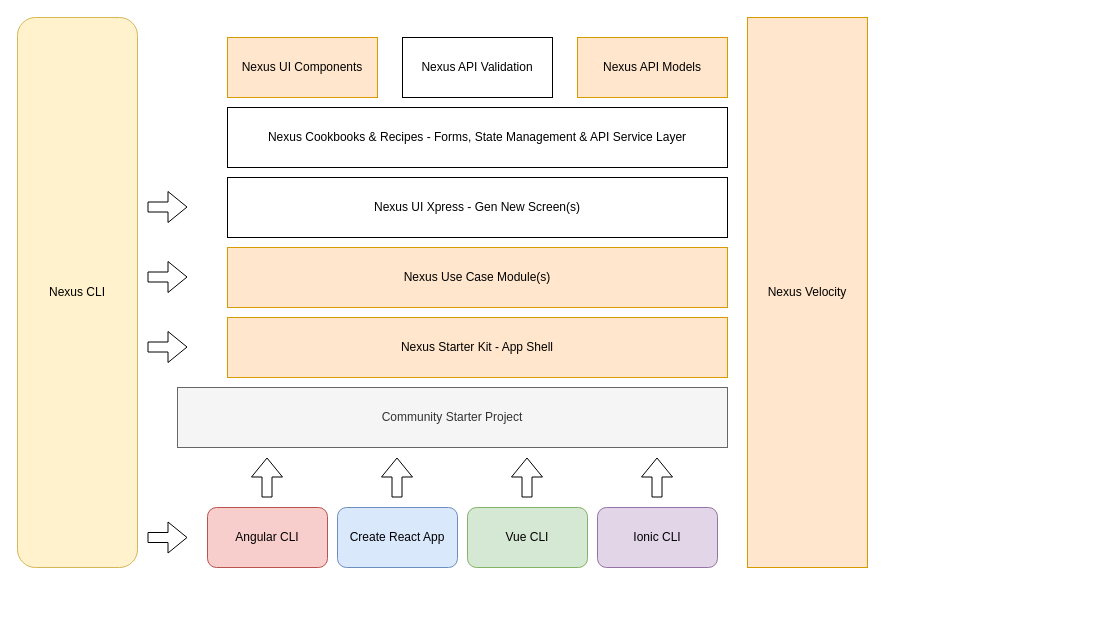
This is Nexus CLI map.drawio from hikumealan/draw-io-diagrams, a draw.io file, before an edit. Source tidied: cells renumbered, new cells numbered last; positions are measured from the earlier drawing's top-left corner, leaving out a move shared by most shapes. Both pictures are drawn from the tidied source at 100%, with x=0, y=0 at pixel (17, 17).
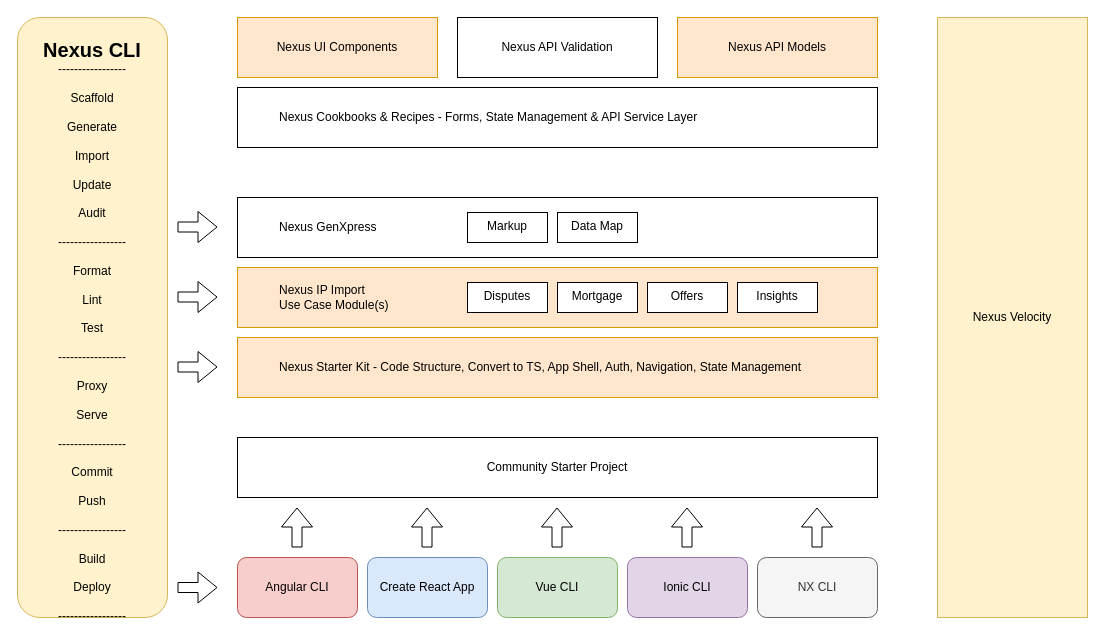
The same diagram, later.

What changed in the source:
```diff
@@
-    <mxCell id="2" value="Community Starter Project" style="rounded=0;whiteSpace=wrap;html=1;fillColor=#f5f5f5;strokeColor=#666666;fontColor=#333333;" parent="1" vertex="1">
-      <mxGeometry x="160" y="370" width="550" height="60" as="geometry" />
+    <mxCell id="2" value="Community Starter Project" style="rounded=0;whiteSpace=wrap;html=1;" parent="1" vertex="1">
+      <mxGeometry x="220" y="420" width="640" height="60" as="geometry" />
     </mxCell>
     <mxCell id="3" value="Angular CLI" style="rounded=1;whiteSpace=wrap;html=1;fillColor=#f8cecc;strokeColor=#b85450;" parent="1" vertex="1">
-      <mxGeometry x="190" y="490" width="120" height="60" as="geometry" />
+      <mxGeometry x="220" y="540" width="120" height="60" as="geometry" />
     </mxCell>
     <mxCell id="4" value="Create React App" style="rounded=1;whiteSpace=wrap;html=1;fillColor=#dae8fc;strokeColor=#6c8ebf;" parent="1" vertex="1">
-      <mxGeometry x="320" y="490" width="120" height="60" as="geometry" />
+      <mxGeometry x="350" y="540" width="120" height="60" as="geometry" />
     </mxCell>
     <mxCell id="5" value="Vue CLI" style="rounded=1;whiteSpace=wrap;html=1;fillColor=#d5e8d4;strokeColor=#82b366;" parent="1" vertex="1">
-      <mxGeometry x="450" y="490" width="120" height="60" as="geometry" />
+      <mxGeometry x="480" y="540" width="120" height="60" as="geometry" />
     </mxCell>
     <mxCell id="6" value="Ionic CLI" style="rounded=1;whiteSpace=wrap;html=1;fillColor=#e1d5e7;strokeColor=#9673a6;" parent="1" vertex="1">
-      <mxGeometry x="580" y="490" width="120" height="60" as="geometry" />
+      <mxGeometry x="610" y="540" width="120" height="60" as="geometry" />
     </mxCell>
-    <mxCell id="7" value="Nexus CLI" style="rounded=1;whiteSpace=wrap;html=1;fillColor=#fff2cc;strokeColor=#d6b656;" parent="1" vertex="1">
-      <mxGeometry width="120" height="550" as="geometry" />
+    <mxCell id="7" value="&lt;br&gt;&lt;b style=&quot;font-size: 20px&quot;&gt;Nexus CLI&lt;br&gt;&lt;/b&gt;-----------------&lt;br&gt;&lt;br&gt;Scaffold&lt;br&gt;&lt;br&gt;Generate&lt;br&gt;&lt;br&gt;Import&lt;br&gt;&lt;br&gt;Update&lt;br&gt;&lt;br&gt;Audit&lt;br&gt;&lt;br&gt;-----------------&lt;br&gt;&lt;br&gt;Format&lt;br&gt;&lt;br&gt;Lint&lt;br&gt;&lt;br&gt;Test&lt;br&gt;&lt;br&gt;-----------------&lt;br&gt;&lt;br&gt;Proxy&lt;br&gt;&lt;br&gt;Serve&lt;br&gt;&lt;br&gt;-----------------&lt;br&gt;&lt;br&gt;Commit&lt;br&gt;&lt;br&gt;Push&lt;br&gt;&lt;br&gt;-----------------&lt;br&gt;&lt;br&gt;Build&lt;br&gt;&lt;br&gt;Deploy&lt;br&gt;&lt;br&gt;-----------------" style="rounded=1;whiteSpace=wrap;html=1;fillColor=#fff2cc;strokeColor=#d6b656;verticalAlign=top;" parent="1" vertex="1">
+      <mxGeometry width="150" height="600" as="geometry" />
     </mxCell>
-    <mxCell id="8" value="Nexus Starter Kit - App Shell" style="rounded=0;whiteSpace=wrap;html=1;fillColor=#ffe6cc;strokeColor=#d79b00;" parent="1" vertex="1">
-      <mxGeometry x="210" y="300" width="500" height="60" as="geometry" />
+    <mxCell id="8" value="&lt;blockquote style=&quot;margin: 0 0 0 40px ; border: none ; padding: 0px&quot;&gt;Nexus Starter Kit - Code Structure, Convert to TS, App Shell, Auth, Navigation, State Management&lt;/blockquote&gt;" style="rounded=0;whiteSpace=wrap;html=1;fillColor=#ffe6cc;strokeColor=#d79b00;align=left;" parent="1" vertex="1">
+      <mxGeometry x="220" y="320" width="640" height="60" as="geometry" />
     </mxCell>
-    <mxCell id="9" value="Nexus Use Case Module(s)" style="rounded=0;whiteSpace=wrap;html=1;fillColor=#ffe6cc;strokeColor=#d79b00;" parent="1" vertex="1">
-      <mxGeometry x="210" y="230" width="500" height="60" as="geometry" />
+    <mxCell id="9" value="&lt;blockquote style=&quot;margin: 0 0 0 40px ; border: none ; padding: 0px&quot;&gt;Nexus IP Import&amp;nbsp;&lt;/blockquote&gt;&lt;blockquote style=&quot;margin: 0 0 0 40px ; border: none ; padding: 0px&quot;&gt;Use Case Module(s)&lt;/blockquote&gt;" style="rounded=0;whiteSpace=wrap;html=1;fillColor=#ffe6cc;strokeColor=#d79b00;align=left;" parent="1" vertex="1">
+      <mxGeometry x="220" y="250" width="640" height="60" as="geometry" />
     </mxCell>
     <mxCell id="10" style="shape=flexArrow;endArrow=classic;html=1;fillColor=#ffffff;" parent="1" edge="1">
       <mxGeometry relative="1" as="geometry">
-        <mxPoint x="130" y="520" as="sourcePoint" />
-        <mxPoint x="170" y="520" as="targetPoint" />
+        <mxPoint x="160" y="570" as="sourcePoint" />
+        <mxPoint x="200" y="570" as="targetPoint" />
       </mxGeometry>
     </mxCell>
     <mxCell id="11" style="shape=flexArrow;endArrow=classic;html=1;fillColor=#ffffff;" parent="1" edge="1">
       <mxGeometry relative="1" as="geometry">
-        <mxPoint x="249.5" y="480" as="sourcePoint" />
-        <mxPoint x="249.5" y="440" as="targetPoint" />
+        <mxPoint x="279.5" y="530" as="sourcePoint" />
+        <mxPoint x="279.5" y="490" as="targetPoint" />
       </mxGeometry>
     </mxCell>
     <mxCell id="12" style="shape=flexArrow;endArrow=classic;html=1;fillColor=#ffffff;" parent="1" edge="1">
       <mxGeometry relative="1" as="geometry">
-        <mxPoint x="379.5" y="480" as="sourcePoint" />
-        <mxPoint x="379.5" y="440" as="targetPoint" />
+        <mxPoint x="409.5" y="530" as="sourcePoint" />
+        <mxPoint x="409.5" y="490" as="targetPoint" />
       </mxGeometry>
     </mxCell>
     <mxCell id="13" style="shape=flexArrow;endArrow=classic;html=1;fillColor=#ffffff;" parent="1" edge="1">
       <mxGeometry relative="1" as="geometry">
-        <mxPoint x="509.5" y="480" as="sourcePoint" />
-        <mxPoint x="509.5" y="440" as="targetPoint" />
+        <mxPoint x="539.5" y="530" as="sourcePoint" />
+        <mxPoint x="539.5" y="490" as="targetPoint" />
       </mxGeometry>
     </mxCell>
     <mxCell id="14" style="shape=flexArrow;endArrow=classic;html=1;fillColor=#ffffff;" parent="1" edge="1">
       <mxGeometry relative="1" as="geometry">
-        <mxPoint x="639.5" y="480" as="sourcePoint" />
-        <mxPoint x="639.5" y="440" as="targetPoint" />
+        <mxPoint x="669.5" y="530" as="sourcePoint" />
+        <mxPoint x="669.5" y="490" as="targetPoint" />
       </mxGeometry>
     </mxCell>
     <mxCell id="15" style="shape=flexArrow;endArrow=classic;html=1;fillColor=#ffffff;" parent="1" edge="1">
       <mxGeometry relative="1" as="geometry">
-        <mxPoint x="130" y="329.5" as="sourcePoint" />
-        <mxPoint x="170" y="329.5" as="targetPoint" />
+        <mxPoint x="160" y="349.5" as="sourcePoint" />
+        <mxPoint x="200" y="349.5" as="targetPoint" />
       </mxGeometry>
     </mxCell>
     <mxCell id="16" style="shape=flexArrow;endArrow=classic;html=1;fillColor=#ffffff;" parent="1" edge="1">
       <mxGeometry relative="1" as="geometry">
-        <mxPoint x="130" y="259.5" as="sourcePoint" />
-        <mxPoint x="170" y="259.5" as="targetPoint" />
+        <mxPoint x="160" y="279.5" as="sourcePoint" />
+        <mxPoint x="200" y="279.5" as="targetPoint" />
       </mxGeometry>
     </mxCell>
-    <mxCell id="17" value="Nexus UI Xpress - Gen New Screen(s)" style="rounded=0;whiteSpace=wrap;html=1;" parent="1" vertex="1">
-      <mxGeometry x="210" y="160" width="500" height="60" as="geometry" />
+    <mxCell id="17" value="&lt;blockquote style=&quot;margin: 0 0 0 40px ; border: none ; padding: 0px&quot;&gt;Nexus GenXpress&lt;/blockquote&gt;" style="rounded=0;whiteSpace=wrap;html=1;align=left;" parent="1" vertex="1">
+      <mxGeometry x="220" y="180" width="640" height="60" as="geometry" />
     </mxCell>
-    <mxCell id="18" value="Nexus Cookbooks &amp;amp; Recipes - Forms, State Management &amp;amp; API Service Layer" style="rounded=0;whiteSpace=wrap;html=1;" parent="1" vertex="1">
-      <mxGeometry x="210" y="90" width="500" height="60" as="geometry" />
+    <mxCell id="18" value="&lt;blockquote style=&quot;margin: 0 0 0 40px ; border: none ; padding: 0px&quot;&gt;Nexus Cookbooks &amp;amp; Recipes - Forms, State Management &amp;amp; API Service Layer&lt;/blockquote&gt;" style="rounded=0;whiteSpace=wrap;html=1;align=left;" parent="1" vertex="1">
+      <mxGeometry x="220" y="70" width="640" height="60" as="geometry" />
     </mxCell>
     <mxCell id="19" value="Nexus UI Components" style="rounded=0;whiteSpace=wrap;html=1;fillColor=#ffe6cc;strokeColor=#d79b00;" parent="1" vertex="1">
-      <mxGeometry x="210" y="20" width="150" height="60" as="geometry" />
+      <mxGeometry x="220" width="200" height="60" as="geometry" />
     </mxCell>
     <mxCell id="20" value="Nexus API Models" style="rounded=0;whiteSpace=wrap;html=1;fillColor=#ffe6cc;strokeColor=#d79b00;" parent="1" vertex="1">
-      <mxGeometry x="560" y="20" width="150" height="60" as="geometry" />
+      <mxGeometry x="660" width="200" height="60" as="geometry" />
     </mxCell>
     <mxCell id="21" value="Nexus API Validation" style="rounded=0;whiteSpace=wrap;html=1;" parent="1" vertex="1">
-      <mxGeometry x="385" y="20" width="150" height="60" as="geometry" />
+      <mxGeometry x="440" width="200" height="60" as="geometry" />
     </mxCell>
     <mxCell id="22" style="shape=flexArrow;endArrow=classic;html=1;fillColor=#ffffff;" parent="1" edge="1">
       <mxGeometry relative="1" as="geometry">
-        <mxPoint x="130" y="189.5" as="sourcePoint" />
-        <mxPoint x="170" y="189.5" as="targetPoint" />
+        <mxPoint x="160" y="209.5" as="sourcePoint" />
+        <mxPoint x="200" y="209.5" as="targetPoint" />
       </mxGeometry>
     </mxCell>
-    <mxCell id="23" value="Nexus Velocity" style="rounded=0;whiteSpace=wrap;html=1;fillColor=#ffe6cc;strokeColor=#d79b00;" parent="1" vertex="1">
-      <mxGeometry x="730" width="120" height="550" as="geometry" />
+    <mxCell id="23" value="Nexus Velocity" style="rounded=0;whiteSpace=wrap;html=1;fillColor=#fff2cc;strokeColor=#d6b656;" parent="1" vertex="1">
+      <mxGeometry x="920" width="150" height="600" as="geometry" />
     </mxCell>
+    <mxCell id="24" value="Disputes" style="rounded=0;whiteSpace=wrap;html=1;align=center;verticalAlign=top;" parent="1" vertex="1">
+      <mxGeometry x="450" y="265" width="80" height="30" as="geometry" />
+    </mxCell>
+    <mxCell id="25" value="Mortgage" style="rounded=0;whiteSpace=wrap;html=1;align=center;verticalAlign=top;" parent="1" vertex="1">
+      <mxGeometry x="540" y="265" width="80" height="30" as="geometry" />
+    </mxCell>
+    <mxCell id="26" value="Offers" style="rounded=0;whiteSpace=wrap;html=1;align=center;verticalAlign=top;" parent="1" vertex="1">
+      <mxGeometry x="630" y="265" width="80" height="30" as="geometry" />
+    </mxCell>
+    <mxCell id="27" value="Insights" style="rounded=0;whiteSpace=wrap;html=1;align=center;verticalAlign=top;" parent="1" vertex="1">
+      <mxGeometry x="720" y="265" width="80" height="30" as="geometry" />
+    </mxCell>
+    <mxCell id="28" value="NX CLI" style="rounded=1;whiteSpace=wrap;html=1;fillColor=#f5f5f5;strokeColor=#666666;fontColor=#333333;" parent="1" vertex="1">
+      <mxGeometry x="740" y="540" width="120" height="60" as="geometry" />
+    </mxCell>
+    <mxCell id="29" style="shape=flexArrow;endArrow=classic;html=1;fillColor=#ffffff;" parent="1" edge="1">
+      <mxGeometry relative="1" as="geometry">
+        <mxPoint x="799.5" y="530" as="sourcePoint" />
+        <mxPoint x="799.5" y="490" as="targetPoint" />
+      </mxGeometry>
+    </mxCell>
+    <mxCell id="30" value="Markup" style="rounded=0;whiteSpace=wrap;html=1;align=center;verticalAlign=top;" parent="1" vertex="1">
+      <mxGeometry x="450" y="195" width="80" height="30" as="geometry" />
+    </mxCell>
+    <mxCell id="31" value="Data Map" style="rounded=0;whiteSpace=wrap;html=1;align=center;verticalAlign=top;" parent="1" vertex="1">
+      <mxGeometry x="540" y="195" width="80" height="30" as="geometry" />
+    </mxCell>
```
